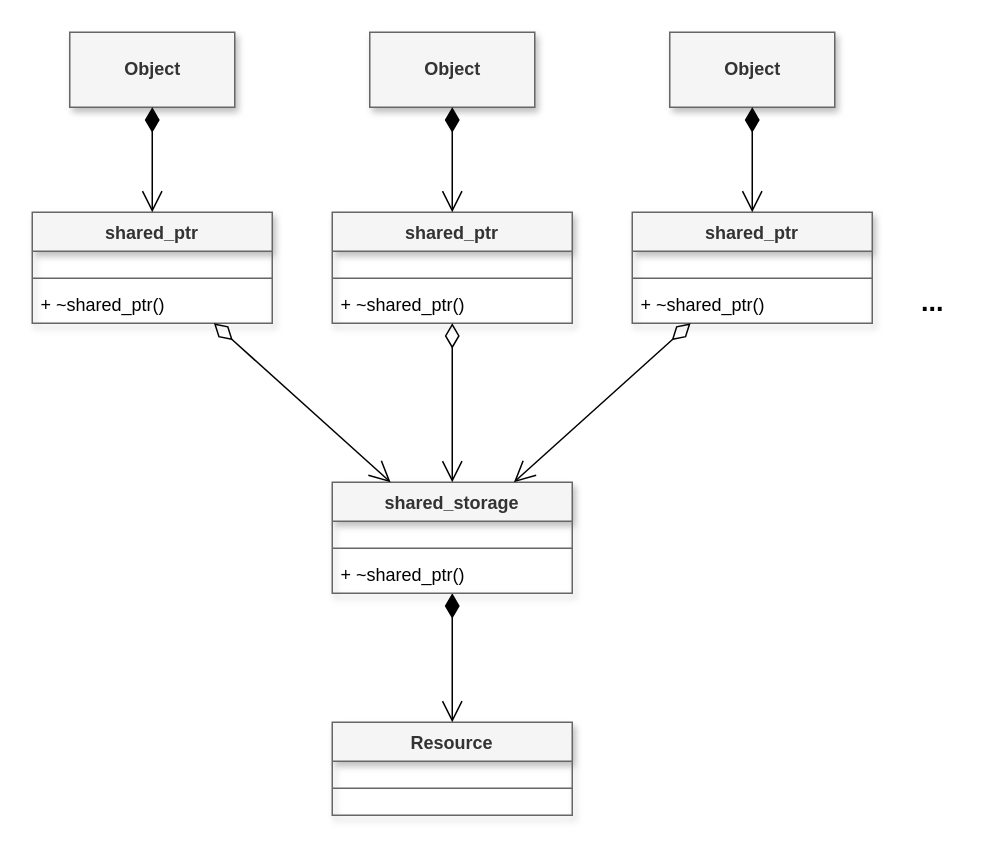
Above: page "ページ2" (2 of 3) of Cpp/smart-pointer-essential/images/fig.drawio in ContentsViewer/web-contents (draw.io), before the change. Source tidied: cells renumbered, new cells numbered last; positions are measured from the earlier drawing's top-left corner, leaving out a move shared by most shapes. Both pictures are drawn from the tidied source at 150%, with x=0, y=0 at pixel (32, 32).
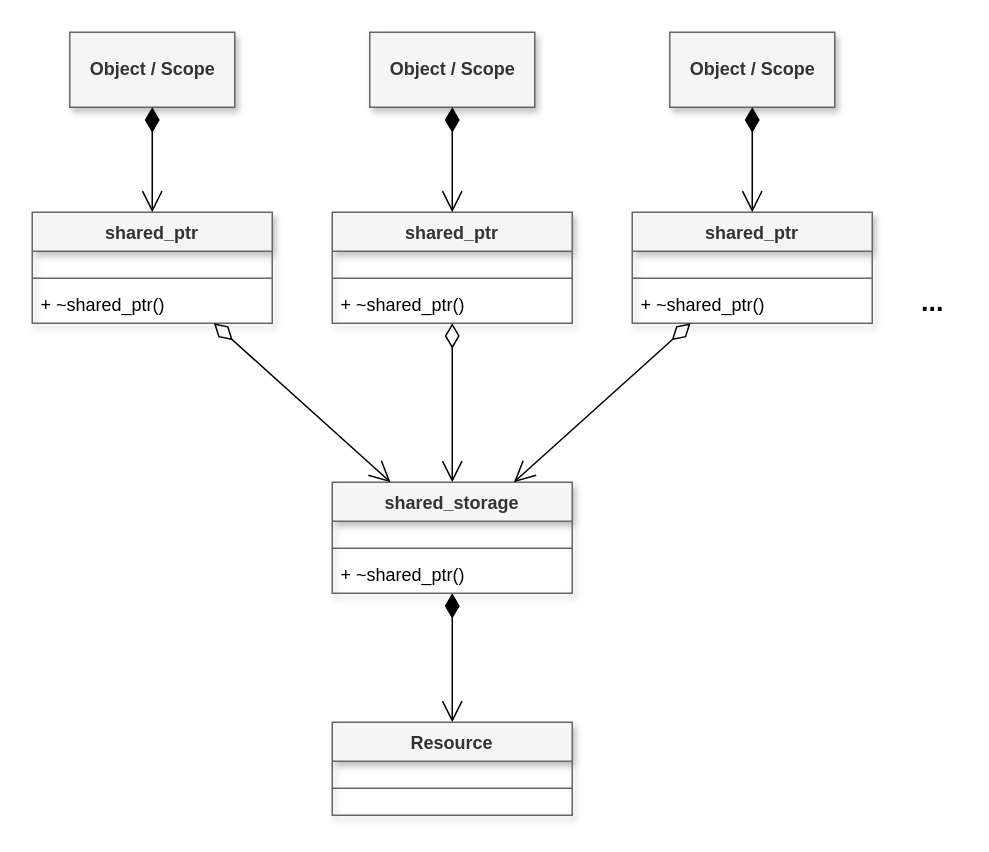
Above is the later version.

What changed in the source:
```diff
@@
-    <mxCell id="27" value="Object" style="html=1;fillColor=#f5f5f5;strokeColor=#666666;fontStyle=1;shadow=1;fontColor=#333333;" parent="1" vertex="1">
+    <mxCell id="27" value="Object / Scope" style="html=1;fillColor=#f5f5f5;strokeColor=#666666;fontStyle=1;shadow=1;fontColor=#333333;" parent="1" vertex="1">
       <mxGeometry x="25" width="110" height="50" as="geometry" />
     </mxCell>
@@
-    <mxCell id="29" value="Object" style="html=1;fillColor=#f5f5f5;strokeColor=#666666;fontStyle=1;shadow=1;fontColor=#333333;" parent="1" vertex="1">
+    <mxCell id="29" value="Object / Scope" style="html=1;fillColor=#f5f5f5;strokeColor=#666666;fontStyle=1;shadow=1;fontColor=#333333;" parent="1" vertex="1">
       <mxGeometry x="225" width="110" height="50" as="geometry" />
     </mxCell>
@@
-    <mxCell id="31" value="Object" style="html=1;fillColor=#f5f5f5;strokeColor=#666666;fontStyle=1;shadow=1;fontColor=#333333;" parent="1" vertex="1">
+    <mxCell id="31" value="Object / Scope" style="html=1;fillColor=#f5f5f5;strokeColor=#666666;fontStyle=1;shadow=1;fontColor=#333333;" parent="1" vertex="1">
       <mxGeometry x="425" width="110" height="50" as="geometry" />
     </mxCell>
```
